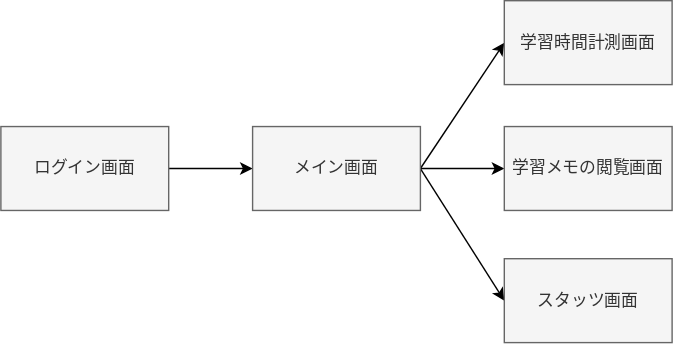
Earlier version of the draw.io export docs/images/画面遷移図.drawio.svg (GenkiKishikawa/study-time-app). Source tidied: cells renumbered, new cells last; positions are measured from the earlier drawing's top-left corner, leaving out a move shared by most shapes. Source of this version:
```xml
<mxGraphModel>
  <root>
    <mxCell id="0" />
    <mxCell id="1" parent="0" />
    <mxCell id="2" style="edgeStyle=none;html=1;exitX=1;exitY=0.5;exitDx=0;exitDy=0;entryX=0;entryY=0.5;entryDx=0;entryDy=0;" parent="1" edge="1" source="3" target="7">
      <mxGeometry relative="1" as="geometry" />
    </mxCell>
    <mxCell id="3" value="ログイン画面" style="rounded=0;whiteSpace=wrap;html=1;fillColor=#f5f5f5;fontColor=#333333;strokeColor=#666666;" parent="1" vertex="1">
      <mxGeometry y="90" width="120" height="60" as="geometry" />
    </mxCell>
    <mxCell id="4" style="edgeStyle=none;html=1;entryX=0;entryY=0.5;entryDx=0;entryDy=0;exitX=1;exitY=0.5;exitDx=0;exitDy=0;" parent="1" edge="1" source="7" target="8">
      <mxGeometry relative="1" as="geometry" />
    </mxCell>
    <mxCell id="5" style="edgeStyle=none;html=1;entryX=0;entryY=0.5;entryDx=0;entryDy=0;exitX=1;exitY=0.5;exitDx=0;exitDy=0;" parent="1" edge="1" source="7" target="9">
      <mxGeometry relative="1" as="geometry" />
    </mxCell>
    <mxCell id="6" style="edgeStyle=none;html=1;entryX=0;entryY=0.5;entryDx=0;entryDy=0;exitX=1;exitY=0.5;exitDx=0;exitDy=0;" parent="1" edge="1" source="7" target="10">
      <mxGeometry relative="1" as="geometry" />
    </mxCell>
    <mxCell id="7" value="メイン画面" style="rounded=0;whiteSpace=wrap;html=1;fillColor=#f5f5f5;fontColor=#333333;strokeColor=#666666;" parent="1" vertex="1">
      <mxGeometry x="180" y="90" width="120" height="60" as="geometry" />
    </mxCell>
    <mxCell id="8" value="学習時間計測画面" style="rounded=0;whiteSpace=wrap;html=1;fillColor=#f5f5f5;fontColor=#333333;strokeColor=#666666;" parent="1" vertex="1">
      <mxGeometry x="360" width="120" height="60" as="geometry" />
    </mxCell>
    <mxCell id="9" value="学習メモの閲覧画面" style="rounded=0;whiteSpace=wrap;html=1;fillColor=#f5f5f5;fontColor=#333333;strokeColor=#666666;" parent="1" vertex="1">
      <mxGeometry x="360" y="90" width="120" height="60" as="geometry" />
    </mxCell>
    <mxCell id="10" value="スタッツ画面" style="rounded=0;whiteSpace=wrap;html=1;fillColor=#f5f5f5;fontColor=#333333;strokeColor=#666666;" parent="1" vertex="1">
      <mxGeometry x="360" y="184.5" width="120" height="60" as="geometry" />
    </mxCell>
  </root>
</mxGraphModel>
```
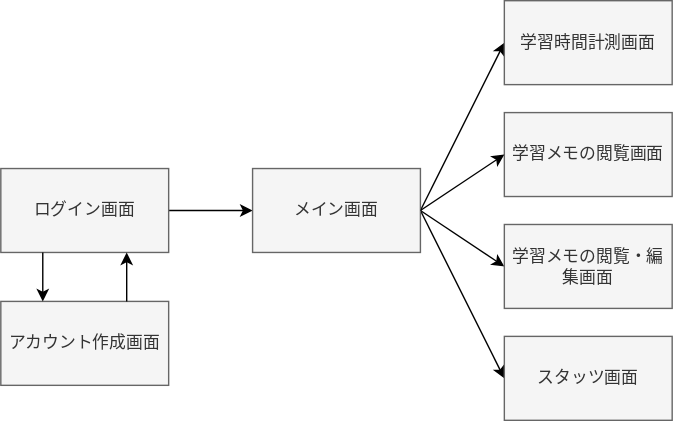
After the change.

Change to the diagram source:
```diff
@@ -21,13 +21,28 @@
       <mxGeometry x="180" y="90" width="120" height="60" as="geometry" />
     </mxCell>
     <mxCell id="8" value="学習時間計測画面" style="rounded=0;whiteSpace=wrap;html=1;fillColor=#f5f5f5;fontColor=#333333;strokeColor=#666666;" parent="1" vertex="1">
-      <mxGeometry x="360" width="120" height="60" as="geometry" />
+      <mxGeometry x="360" y="-30" width="120" height="60" as="geometry" />
     </mxCell>
-    <mxCell id="9" value="学習メモの閲覧画面" style="rounded=0;whiteSpace=wrap;html=1;fillColor=#f5f5f5;fontColor=#333333;strokeColor=#666666;" parent="1" vertex="1">
-      <mxGeometry x="360" y="90" width="120" height="60" as="geometry" />
+    <mxCell id="9" value="学習メモの閲覧・編集画面" style="rounded=0;whiteSpace=wrap;html=1;fillColor=#f5f5f5;fontColor=#333333;strokeColor=#666666;" parent="1" vertex="1">
+      <mxGeometry x="360" y="130" width="120" height="60" as="geometry" />
     </mxCell>
     <mxCell id="10" value="スタッツ画面" style="rounded=0;whiteSpace=wrap;html=1;fillColor=#f5f5f5;fontColor=#333333;strokeColor=#666666;" parent="1" vertex="1">
-      <mxGeometry x="360" y="184.5" width="120" height="60" as="geometry" />
+      <mxGeometry x="360" y="210" width="120" height="60" as="geometry" />
     </mxCell>
+    <mxCell id="11" value="アカウント作成画面" style="rounded=0;whiteSpace=wrap;html=1;fillColor=#f5f5f5;fontColor=#333333;strokeColor=#666666;" parent="1" vertex="1">
+      <mxGeometry y="185" width="120" height="60" as="geometry" />
+    </mxCell>
+    <mxCell id="12" style="edgeStyle=none;html=1;exitX=0.25;exitY=1;exitDx=0;exitDy=0;entryX=0.25;entryY=0;entryDx=0;entryDy=0;" parent="1" edge="1" source="3" target="11">
+      <mxGeometry relative="1" as="geometry" />
+    </mxCell>
+    <mxCell id="13" style="edgeStyle=none;html=1;entryX=0.75;entryY=1;entryDx=0;entryDy=0;exitX=0.75;exitY=0;exitDx=0;exitDy=0;" parent="1" edge="1" source="11" target="3">
+      <mxGeometry relative="1" as="geometry" />
+    </mxCell>
+    <mxCell id="14" value="学習メモの閲覧画面" style="rounded=0;whiteSpace=wrap;html=1;fillColor=#f5f5f5;fontColor=#333333;strokeColor=#666666;" parent="1" vertex="1">
+      <mxGeometry x="360" y="50" width="120" height="60" as="geometry" />
+    </mxCell>
+    <mxCell id="15" style="edgeStyle=none;html=1;entryX=0;entryY=0.5;entryDx=0;entryDy=0;exitX=1;exitY=0.5;exitDx=0;exitDy=0;" parent="1" edge="1" source="7" target="14">
+      <mxGeometry relative="1" as="geometry" />
+    </mxCell>
   </root>
 </mxGraphModel>
```
